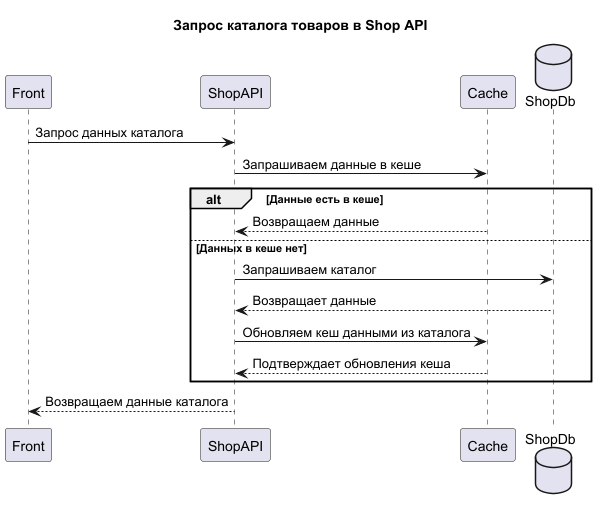
Above: Exc5/resources/getcataloguepage.png in Chepene/architecture-sprint-4 (PlantUML), before the change.
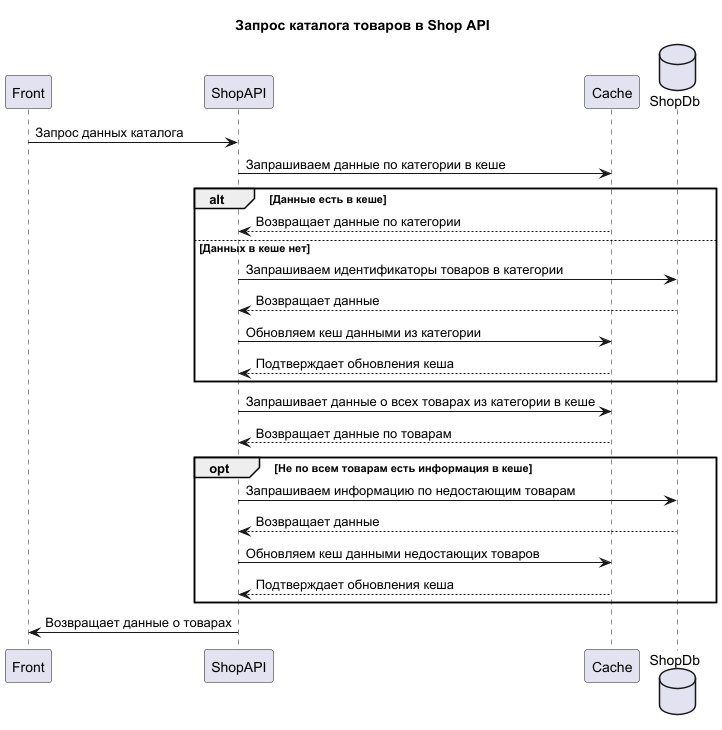
After the change.

Diff of the diagram source:
```diff
@@ -7,15 +7,23 @@
 database ShopDb
 
 Front -> ShopAPI: Запрос данных каталога
-ShopAPI -> Cache: Запрашиваем данные в кеше
+ShopAPI -> Cache: Запрашиваем данные по категории в кеше
 alt Данные есть в кеше
-    Cache --> ShopAPI: Возвращаем данные
+    Cache --> ShopAPI: Возвращает данные по категории
 else Данных в кеше нет
-    ShopAPI -> ShopDb: Запрашиваем каталог
+    ShopAPI -> ShopDb: Запрашиваем идентификаторы товаров в категории
     ShopDb --> ShopAPI: Возвращает данные
-    ShopAPI -> Cache: Обновляем кеш данными из каталога
+    ShopAPI -> Cache: Обновляем кеш данными из категории
     Cache --> ShopAPI: Подтверждает обновления кеша
 end
-ShopAPI --> Front: Возвращаем данные каталога
+ShopAPI -> Cache: Запрашивает данные о всех товарах из категории в кеше
+Cache --> ShopAPI: Возвращает данные по товарам
+opt Не по всем товарам есть информация в кеше
+    ShopAPI -> ShopDb: Запрашиваем информацию по недостающим товарам
+    ShopDb --> ShopAPI: Возвращает данные
+    ShopAPI -> Cache: Обновляем кеш данными недостающих товаров
+    Cache --> ShopAPI: Подтверждает обновления кеша
+end
+ShopAPI -> Front : Возвращает данные о товарах
 
 @enduml
```
